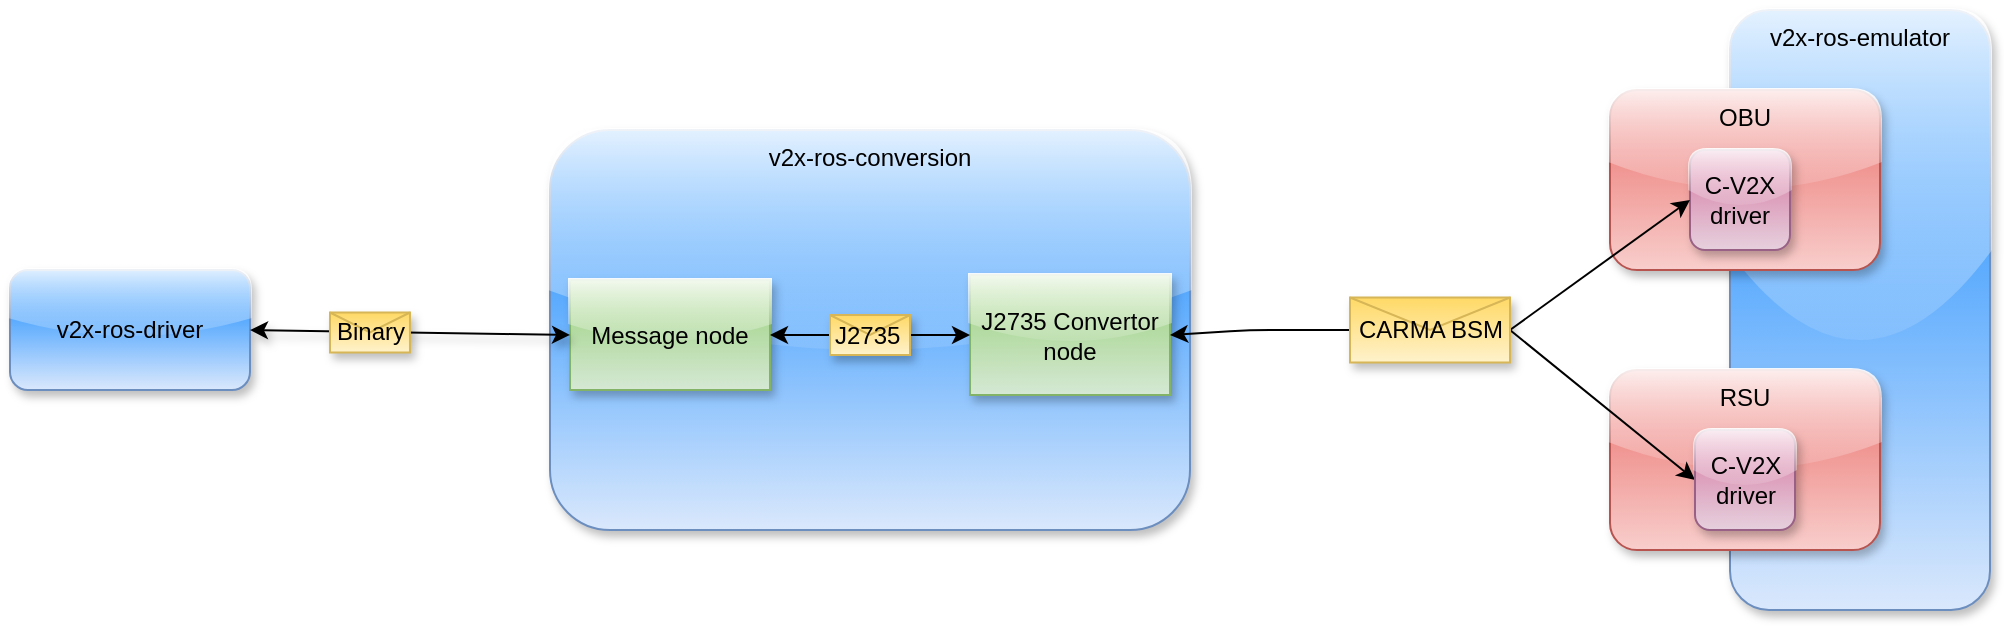
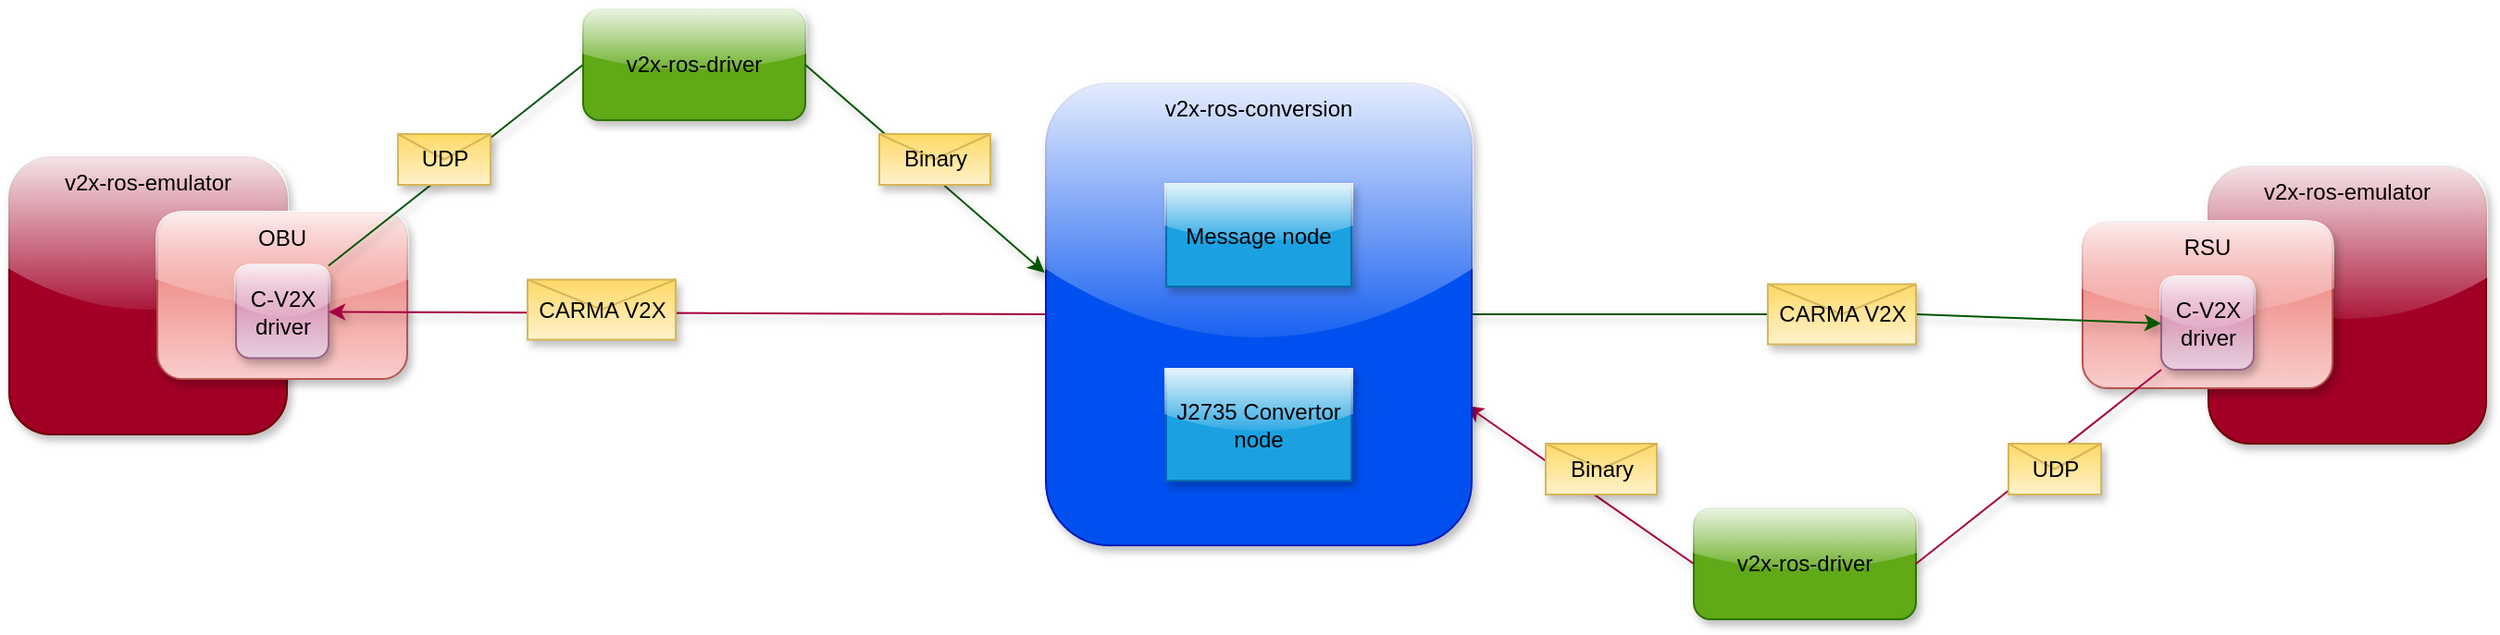
<mxfile host="65bd71144e">
    <diagram id="CvU8lXoaXEt6ULSCUPQu" name="Page-1">
-         <mxGraphModel dx="1692" dy="941" grid="1" gridSize="10" guides="1" tooltips="1" connect="1" arrows="1" fold="1" page="1" pageScale="1" pageWidth="850" pageHeight="1100" math="0" shadow="0">
+         <mxGraphModel dx="2978" dy="1056" grid="1" gridSize="10" guides="1" tooltips="1" connect="1" arrows="1" fold="1" page="1" pageScale="1" pageWidth="850" pageHeight="1100" math="0" shadow="0">
            <root>
                <mxCell id="0"/>
                <mxCell id="1" parent="0"/>
-                 <mxCell id="2" value="v2x-ros-driver" style="rounded=1;whiteSpace=wrap;html=1;fillColor=#dae8fc;strokeColor=#6c8ebf;gradientColor=#007FFF;glass=1;shadow=1;gradientDirection=north;" parent="1" vertex="1">
-                     <mxGeometry x="-430" y="530" width="120" height="60" as="geometry"/>
+                 <mxCell id="61" value="v2x-ros-emulator" style="rounded=1;whiteSpace=wrap;html=1;fillColor=#a20025;strokeColor=#6F0000;glass=1;shadow=1;gradientDirection=north;verticalAlign=top;fontColor=#000000;" vertex="1" parent="1">
+                     <mxGeometry x="218" y="475" width="150" height="150" as="geometry"/>
                </mxCell>
-                 <mxCell id="3" value="v2x-ros-emulator" style="rounded=1;whiteSpace=wrap;html=1;fillColor=#dae8fc;strokeColor=#6c8ebf;gradientColor=#007FFF;glass=1;shadow=1;gradientDirection=north;verticalAlign=top;" parent="1" vertex="1">
-                     <mxGeometry x="430" y="400" width="130" height="300" as="geometry"/>
+                 <mxCell id="60" value="v2x-ros-emulator" style="rounded=1;whiteSpace=wrap;html=1;fillColor=#a20025;strokeColor=#6F0000;glass=1;shadow=1;gradientDirection=north;verticalAlign=top;fontColor=#000000;" vertex="1" parent="1">
+                     <mxGeometry x="-970" y="470" width="150" height="150" as="geometry"/>
                </mxCell>
-                 <mxCell id="4" value="v2x-ros-conversion" style="rounded=1;whiteSpace=wrap;html=1;fillColor=#dae8fc;strokeColor=#6c8ebf;gradientColor=#007FFF;glass=1;shadow=1;gradientDirection=north;horizontal=1;fontSize=12;verticalAlign=top;" parent="1" vertex="1">
-                     <mxGeometry x="-160" y="460" width="320" height="200" as="geometry"/>
+                 <mxCell id="66" style="edgeStyle=none;html=1;exitX=0;exitY=0.5;exitDx=0;exitDy=0;fillColor=#d80073;strokeColor=#A50040;entryX=0.988;entryY=0.698;entryDx=0;entryDy=0;entryPerimeter=0;flowAnimation=0;shadow=1;" edge="1" parent="1" source="2" target="4">
+                     <mxGeometry relative="1" as="geometry"/>
                </mxCell>
-                 <mxCell id="8" value="Message node" style="rounded=0;whiteSpace=wrap;html=1;shadow=1;glass=1;strokeColor=#82b366;align=center;verticalAlign=middle;fontFamily=Helvetica;fontSize=12;fillColor=#d5e8d4;gradientColor=#97d077;gradientDirection=north;" parent="1" vertex="1">
-                     <mxGeometry x="-150" y="535" width="100" height="55" as="geometry"/>
+                 <mxCell id="2" value="v2x-ros-driver" style="rounded=1;whiteSpace=wrap;html=1;fillColor=#60a917;strokeColor=#2D7600;glass=1;shadow=1;gradientDirection=north;fontColor=#000000;" parent="1" vertex="1">
+                     <mxGeometry x="-60" y="660" width="120" height="60" as="geometry"/>
                </mxCell>
-                 <mxCell id="13" value="J2735 Convertor node" style="rounded=0;whiteSpace=wrap;html=1;shadow=1;glass=1;strokeColor=#82b366;align=center;verticalAlign=middle;fontFamily=Helvetica;fontSize=12;fillColor=#d5e8d4;gradientColor=#97d077;gradientDirection=north;" parent="1" vertex="1">
-                     <mxGeometry x="50" y="532.5" width="100" height="60" as="geometry"/>
+                 <mxCell id="76" style="edgeStyle=none;html=1;exitX=1;exitY=0.5;exitDx=0;exitDy=0;entryX=0;entryY=0.5;entryDx=0;entryDy=0;endArrow=none;endFill=0;fillColor=#008a00;strokeColor=#005700;flowAnimation=0;shadow=1;" edge="1" parent="1" source="4" target="75">
+                     <mxGeometry relative="1" as="geometry"/>
+                 </mxCell>
+                 <mxCell id="4" value="v2x-ros-conversion" style="rounded=1;whiteSpace=wrap;html=1;fillColor=#0050ef;strokeColor=#001DBC;glass=1;shadow=1;gradientDirection=north;horizontal=1;fontSize=12;verticalAlign=top;fontColor=#000000;" parent="1" vertex="1">
+                     <mxGeometry x="-410" y="430" width="230" height="250" as="geometry"/>
+                 </mxCell>
+                 <mxCell id="8" value="Message node" style="rounded=0;whiteSpace=wrap;html=1;shadow=1;glass=1;strokeColor=#006EAF;align=center;verticalAlign=middle;fontFamily=Helvetica;fontSize=12;fillColor=#1ba1e2;gradientDirection=north;fontColor=#000000;" parent="1" vertex="1">
+                     <mxGeometry x="-345" y="485" width="100" height="55" as="geometry"/>
+                 </mxCell>
+                 <mxCell id="13" value="J2735 Convertor node" style="rounded=0;whiteSpace=wrap;html=1;shadow=1;glass=1;strokeColor=#006EAF;align=center;verticalAlign=middle;fontFamily=Helvetica;fontSize=12;fillColor=#1ba1e2;gradientDirection=north;fontColor=#000000;" parent="1" vertex="1">
+                     <mxGeometry x="-345" y="585" width="100" height="60" as="geometry"/>
                </mxCell>
                <mxCell id="19" value="OBU" style="rounded=1;whiteSpace=wrap;html=1;shadow=1;glass=1;strokeColor=#b85450;align=center;verticalAlign=top;fontFamily=Helvetica;fontSize=12;fillColor=#f8cecc;gradientColor=#ea6b66;gradientDirection=north;" parent="1" vertex="1">
-                     <mxGeometry x="370" y="440" width="135" height="90" as="geometry"/>
+                     <mxGeometry x="-890" y="500" width="135" height="90" as="geometry"/>
                </mxCell>
                <mxCell id="20" value="RSU" style="rounded=1;whiteSpace=wrap;html=1;shadow=1;glass=1;strokeColor=#b85450;align=center;verticalAlign=top;fontFamily=Helvetica;fontSize=12;fillColor=#f8cecc;gradientColor=#ea6b66;gradientDirection=north;" parent="1" vertex="1">
-                     <mxGeometry x="370" y="580" width="135" height="90" as="geometry"/>
+                     <mxGeometry x="150" y="505" width="135" height="90" as="geometry"/>
                </mxCell>
-                 <mxCell id="59" style="edgeStyle=none;html=1;exitX=0;exitY=0.5;exitDx=0;exitDy=0;entryX=1;entryY=0.5;entryDx=0;entryDy=0;startArrow=classic;startFill=1;endArrow=none;endFill=0;" edge="1" parent="1" source="22" target="55">
+                 <mxCell id="22" value="C-V2X driver&lt;span style=&quot;font-family: monospace; font-size: 0px; text-align: start; text-wrap-mode: nowrap;&quot;&gt;%3CmxGraphModel%3E%3Croot%3E%3CmxCell%20id%3D%220%22%2F%3E%3CmxCell%20id%3D%221%22%20parent%3D%220%22%2F%3E%3CmxCell%20id%3D%222%22%20value%3D%22OBU%22%20style%3D%22rounded%3D1%3BwhiteSpace%3Dwrap%3Bhtml%3D1%3Bshadow%3D1%3Bglass%3D1%3BstrokeColor%3D%23b85450%3Balign%3Dcenter%3BverticalAlign%3Dmiddle%3BfontFamily%3DHelvetica%3BfontSize%3D12%3BfillColor%3D%23f8cecc%3BgradientColor%3D%23ea6b66%3BgradientDirection%3Dnorth%3B%22%20vertex%3D%221%22%20parent%3D%221%22%3E%3CmxGeometry%20x%3D%22675%22%20y%3D%22270%22%20width%3D%22120%22%20height%3D%2260%22%20as%3D%22geometry%22%2F%3E%3C%2FmxCell%3E%3C%2Froot%3E%3C%2FmxGraphModel%3E&lt;/span&gt;" style="whiteSpace=wrap;html=1;aspect=fixed;rounded=1;shadow=1;glass=1;strokeColor=#996185;align=center;verticalAlign=middle;fontFamily=Helvetica;fontSize=12;fillColor=#e6d0de;gradientColor=#d5739d;gradientDirection=north;" parent="1" vertex="1">
+                     <mxGeometry x="192.5" y="535" width="50" height="50" as="geometry"/>
+                 </mxCell>
+                 <mxCell id="70" style="edgeStyle=none;html=1;exitX=1;exitY=0;exitDx=0;exitDy=0;entryX=0;entryY=0.5;entryDx=0;entryDy=0;fillColor=#008a00;strokeColor=#005700;shadow=1;flowAnimation=0;endArrow=none;endFill=0;" edge="1" parent="1" source="23" target="69">
                    <mxGeometry relative="1" as="geometry"/>
                </mxCell>
-                 <mxCell id="22" value="C-V2X driver&lt;span style=&quot;font-family: monospace; font-size: 0px; text-align: start; text-wrap-mode: nowrap;&quot;&gt;%3CmxGraphModel%3E%3Croot%3E%3CmxCell%20id%3D%220%22%2F%3E%3CmxCell%20id%3D%221%22%20parent%3D%220%22%2F%3E%3CmxCell%20id%3D%222%22%20value%3D%22OBU%22%20style%3D%22rounded%3D1%3BwhiteSpace%3Dwrap%3Bhtml%3D1%3Bshadow%3D1%3Bglass%3D1%3BstrokeColor%3D%23b85450%3Balign%3Dcenter%3BverticalAlign%3Dmiddle%3BfontFamily%3DHelvetica%3BfontSize%3D12%3BfillColor%3D%23f8cecc%3BgradientColor%3D%23ea6b66%3BgradientDirection%3Dnorth%3B%22%20vertex%3D%221%22%20parent%3D%221%22%3E%3CmxGeometry%20x%3D%22675%22%20y%3D%22270%22%20width%3D%22120%22%20height%3D%2260%22%20as%3D%22geometry%22%2F%3E%3C%2FmxCell%3E%3C%2Froot%3E%3C%2FmxGraphModel%3E&lt;/span&gt;" style="whiteSpace=wrap;html=1;aspect=fixed;rounded=1;shadow=1;glass=1;strokeColor=#996185;align=center;verticalAlign=middle;fontFamily=Helvetica;fontSize=12;fillColor=#e6d0de;gradientColor=#d5739d;gradientDirection=north;" parent="1" vertex="1">
-                     <mxGeometry x="412.5" y="610" width="50" height="50" as="geometry"/>
+                 <mxCell id="23" value="C-V2X driver&lt;span style=&quot;font-family: monospace; font-size: 0px; text-align: start; text-wrap-mode: nowrap;&quot;&gt;%3CmxGraphModel%3E%3Croot%3E%3CmxCell%20id%3D%220%22%2F%3E%3CmxCell%20id%3D%221%22%20parent%3D%220%22%2F%3E%3CmxCell%20id%3D%222%22%20value%3D%22OBU%22%20style%3D%22rounded%3D1%3BwhiteSpace%3Dwrap%3Bhtml%3D1%3Bshadow%3D1%3Bglass%3D1%3BstrokeColor%3D%23b85450%3Balign%3Dcenter%3BverticalAlign%3Dmiddle%3BfontFamily%3DHelvetica%3BfontSize%3D12%3BfillColor%3D%23f8cecc%3BgradientColor%3D%23ea6b66%3BgradientDirection%3Dnorth%3B%22%20vertex%3D%221%22%20parent%3D%221%22%3E%3CmxGeometry%20x%3D%22675%22%20y%3D%22270%22%20width%3D%22120%22%20height%3D%2260%22%20as%3D%22geometry%22%2F%3E%3C%2FmxCell%3E%3C%2Froot%3E%3C%2FmxGraphModel%3E&lt;/span&gt;" style="whiteSpace=wrap;html=1;aspect=fixed;rounded=1;shadow=1;glass=1;strokeColor=#996185;align=center;verticalAlign=middle;fontFamily=Helvetica;fontSize=12;fillColor=#e6d0de;gradientColor=#d5739d;gradientDirection=north;" parent="1" vertex="1">
+                     <mxGeometry x="-847.5" y="528.75" width="50" height="50" as="geometry"/>
                </mxCell>
-                 <mxCell id="23" value="C-V2X driver&lt;span style=&quot;font-family: monospace; font-size: 0px; text-align: start; text-wrap-mode: nowrap;&quot;&gt;%3CmxGraphModel%3E%3Croot%3E%3CmxCell%20id%3D%220%22%2F%3E%3CmxCell%20id%3D%221%22%20parent%3D%220%22%2F%3E%3CmxCell%20id%3D%222%22%20value%3D%22OBU%22%20style%3D%22rounded%3D1%3BwhiteSpace%3Dwrap%3Bhtml%3D1%3Bshadow%3D1%3Bglass%3D1%3BstrokeColor%3D%23b85450%3Balign%3Dcenter%3BverticalAlign%3Dmiddle%3BfontFamily%3DHelvetica%3BfontSize%3D12%3BfillColor%3D%23f8cecc%3BgradientColor%3D%23ea6b66%3BgradientDirection%3Dnorth%3B%22%20vertex%3D%221%22%20parent%3D%221%22%3E%3CmxGeometry%20x%3D%22675%22%20y%3D%22270%22%20width%3D%22120%22%20height%3D%2260%22%20as%3D%22geometry%22%2F%3E%3C%2FmxCell%3E%3C%2Froot%3E%3C%2FmxGraphModel%3E&lt;/span&gt;" style="whiteSpace=wrap;html=1;aspect=fixed;rounded=1;shadow=1;glass=1;strokeColor=#996185;align=center;verticalAlign=middle;fontFamily=Helvetica;fontSize=12;fillColor=#e6d0de;gradientColor=#d5739d;gradientDirection=north;" parent="1" vertex="1">
-                     <mxGeometry x="410" y="470" width="50" height="50" as="geometry"/>
+                 <mxCell id="68" value="Binary" style="shape=message;html=1;outlineConnect=0;rounded=1;shadow=1;glass=1;strokeColor=#d6b656;align=center;verticalAlign=middle;fontFamily=Helvetica;fontSize=12;fillColor=#fff2cc;gradientColor=#ffd966;gradientDirection=north;" vertex="1" parent="1">
+                     <mxGeometry x="-140" y="625" width="60" height="27.5" as="geometry"/>
                </mxCell>
-                 <mxCell id="36" value="" style="endArrow=classic;html=1;fontFamily=Helvetica;fontSize=12;fontColor=default;exitX=1;exitY=0.5;exitDx=0;exitDy=0;entryX=0;entryY=0.5;entryDx=0;entryDy=0;shadow=1;strokeColor=#000000;startArrow=classic;startFill=1;" parent="1" source="2" target="8" edge="1">
-                     <mxGeometry relative="1" as="geometry">
-                         <mxPoint x="-320" y="510" as="sourcePoint"/>
-                         <mxPoint x="-220" y="510" as="targetPoint"/>
-                     </mxGeometry>
-                 </mxCell>
-                 <mxCell id="37" value="Binary" style="shape=message;html=1;outlineConnect=0;rounded=1;shadow=1;glass=1;strokeColor=#d6b656;align=center;verticalAlign=middle;fontFamily=Helvetica;fontSize=12;fillColor=#fff2cc;gradientColor=#ffd966;gradientDirection=north;" parent="36" vertex="1">
-                     <mxGeometry width="40" height="20" relative="1" as="geometry">
-                         <mxPoint x="-40" y="-10" as="offset"/>
-                     </mxGeometry>
-                 </mxCell>
-                 <mxCell id="41" value="" style="edgeStyle=none;html=1;exitX=1;exitY=0.5;exitDx=0;exitDy=0;entryX=0;entryY=0.5;entryDx=0;entryDy=0;fontFamily=Helvetica;fontSize=12;fontColor=default;strokeColor=#000000;startArrow=classic;startFill=1;endArrow=none;endFill=0;" parent="1" source="8" target="40" edge="1">
-                     <mxGeometry relative="1" as="geometry">
-                         <mxPoint x="-30" y="545" as="sourcePoint"/>
-                         <mxPoint x="20" y="545" as="targetPoint"/>
-                     </mxGeometry>
-                 </mxCell>
-                 <mxCell id="53" style="edgeStyle=none;html=1;exitX=1;exitY=0.5;exitDx=0;exitDy=0;startArrow=none;startFill=0;" edge="1" parent="1" source="40" target="13">
+                 <mxCell id="63" style="edgeStyle=none;html=1;exitX=0;exitY=0.5;exitDx=0;exitDy=0;entryX=1;entryY=0.5;entryDx=0;entryDy=0;fillColor=#d80073;strokeColor=#A50040;flowAnimation=0;shadow=1;" edge="1" parent="1" source="4" target="23">
                    <mxGeometry relative="1" as="geometry"/>
                </mxCell>
-                 <mxCell id="40" value="J2735&amp;nbsp;" style="shape=message;html=1;outlineConnect=0;rounded=1;shadow=1;glass=1;strokeColor=#d6b656;align=center;verticalAlign=middle;fontFamily=Helvetica;fontSize=12;fillColor=#fff2cc;gradientColor=#ffd966;gradientDirection=north;" parent="1" vertex="1">
-                     <mxGeometry x="-20" y="552.5" width="40" height="20" as="geometry"/>
+                 <mxCell id="55" value="CARMA V2X" style="shape=message;html=1;outlineConnect=0;rounded=1;shadow=1;glass=1;strokeColor=#d6b656;align=center;verticalAlign=middle;fontFamily=Helvetica;fontSize=12;fillColor=#fff2cc;gradientColor=#ffd966;gradientDirection=north;" parent="1" vertex="1">
+                     <mxGeometry x="-690" y="536.25" width="80" height="32.5" as="geometry"/>
                </mxCell>
-                 <mxCell id="57" style="edgeStyle=none;html=1;exitX=1;exitY=0.5;exitDx=0;exitDy=0;entryX=0;entryY=0.5;entryDx=0;entryDy=0;startArrow=none;startFill=0;" edge="1" parent="1" source="55" target="23">
+                 <mxCell id="69" value="v2x-ros-driver" style="rounded=1;whiteSpace=wrap;html=1;glass=1;shadow=1;gradientDirection=north;fillColor=#60a917;strokeColor=#2D7600;fontColor=#000000;" vertex="1" parent="1">
+                     <mxGeometry x="-660" y="390" width="120" height="60" as="geometry"/>
+                 </mxCell>
+                 <mxCell id="71" style="edgeStyle=none;html=1;exitX=1;exitY=0.5;exitDx=0;exitDy=0;entryX=-0.003;entryY=0.41;entryDx=0;entryDy=0;entryPerimeter=0;fillColor=#008a00;strokeColor=#005700;shadow=1;flowAnimation=0;" edge="1" parent="1" source="69" target="4">
                    <mxGeometry relative="1" as="geometry"/>
                </mxCell>
-                 <mxCell id="60" style="edgeStyle=none;html=1;exitX=0;exitY=0.5;exitDx=0;exitDy=0;entryX=1;entryY=0.5;entryDx=0;entryDy=0;startArrow=none;startFill=0;endArrow=classic;endFill=1;" edge="1" parent="1" source="55" target="13">
-                     <mxGeometry relative="1" as="geometry">
-                         <Array as="points">
-                             <mxPoint x="190" y="560"/>
-                         </Array>
-                     </mxGeometry>
+                 <mxCell id="72" value="Binary" style="shape=message;html=1;outlineConnect=0;rounded=1;shadow=1;glass=1;strokeColor=#d6b656;align=center;verticalAlign=middle;fontFamily=Helvetica;fontSize=12;fillColor=#fff2cc;gradientColor=#ffd966;gradientDirection=north;" vertex="1" parent="1">
+                     <mxGeometry x="-500" y="457.5" width="60" height="27.5" as="geometry"/>
                </mxCell>
-                 <mxCell id="55" value="CARMA BSM" style="shape=message;html=1;outlineConnect=0;rounded=1;shadow=1;glass=1;strokeColor=#d6b656;align=center;verticalAlign=middle;fontFamily=Helvetica;fontSize=12;fillColor=#fff2cc;gradientColor=#ffd966;gradientDirection=north;" vertex="1" parent="1">
-                     <mxGeometry x="240" y="543.75" width="80" height="32.5" as="geometry"/>
+                 <mxCell id="74" value="UDP" style="shape=message;html=1;outlineConnect=0;rounded=1;shadow=1;glass=1;strokeColor=#d6b656;align=center;verticalAlign=middle;fontFamily=Helvetica;fontSize=12;fillColor=#fff2cc;gradientColor=#ffd966;gradientDirection=north;" vertex="1" parent="1">
+                     <mxGeometry x="-760" y="457.5" width="50" height="27.5" as="geometry"/>
+                 </mxCell>
+                 <mxCell id="77" style="edgeStyle=none;html=1;exitX=1;exitY=0.5;exitDx=0;exitDy=0;entryX=0;entryY=0.5;entryDx=0;entryDy=0;fillColor=#008a00;strokeColor=#005700;flowAnimation=0;shadow=1;" edge="1" parent="1" source="75" target="22">
+                     <mxGeometry relative="1" as="geometry"/>
+                 </mxCell>
+                 <mxCell id="75" value="CARMA V2X" style="shape=message;html=1;outlineConnect=0;rounded=1;shadow=1;glass=1;strokeColor=#d6b656;align=center;verticalAlign=middle;fontFamily=Helvetica;fontSize=12;fillColor=#fff2cc;gradientColor=#ffd966;gradientDirection=north;" vertex="1" parent="1">
+                     <mxGeometry x="-20" y="538.75" width="80" height="32.5" as="geometry"/>
+                 </mxCell>
+                 <mxCell id="65" style="edgeStyle=none;html=1;exitX=0;exitY=1;exitDx=0;exitDy=0;entryX=1;entryY=0.5;entryDx=0;entryDy=0;fillColor=#d80073;strokeColor=#A50040;startArrow=none;startFill=0;endArrow=none;endFill=0;shadow=1;flowAnimation=0;" edge="1" parent="1" source="22" target="2">
+                     <mxGeometry relative="1" as="geometry"/>
+                 </mxCell>
+                 <mxCell id="67" value="UDP" style="shape=message;html=1;outlineConnect=0;rounded=1;shadow=1;glass=1;strokeColor=#d6b656;align=center;verticalAlign=middle;fontFamily=Helvetica;fontSize=12;fillColor=#fff2cc;gradientColor=#ffd966;gradientDirection=north;" vertex="1" parent="1">
+                     <mxGeometry x="110" y="625" width="50" height="27.5" as="geometry"/>
                </mxCell>
            </root>
        </mxGraphModel>
    </diagram>
</mxfile>